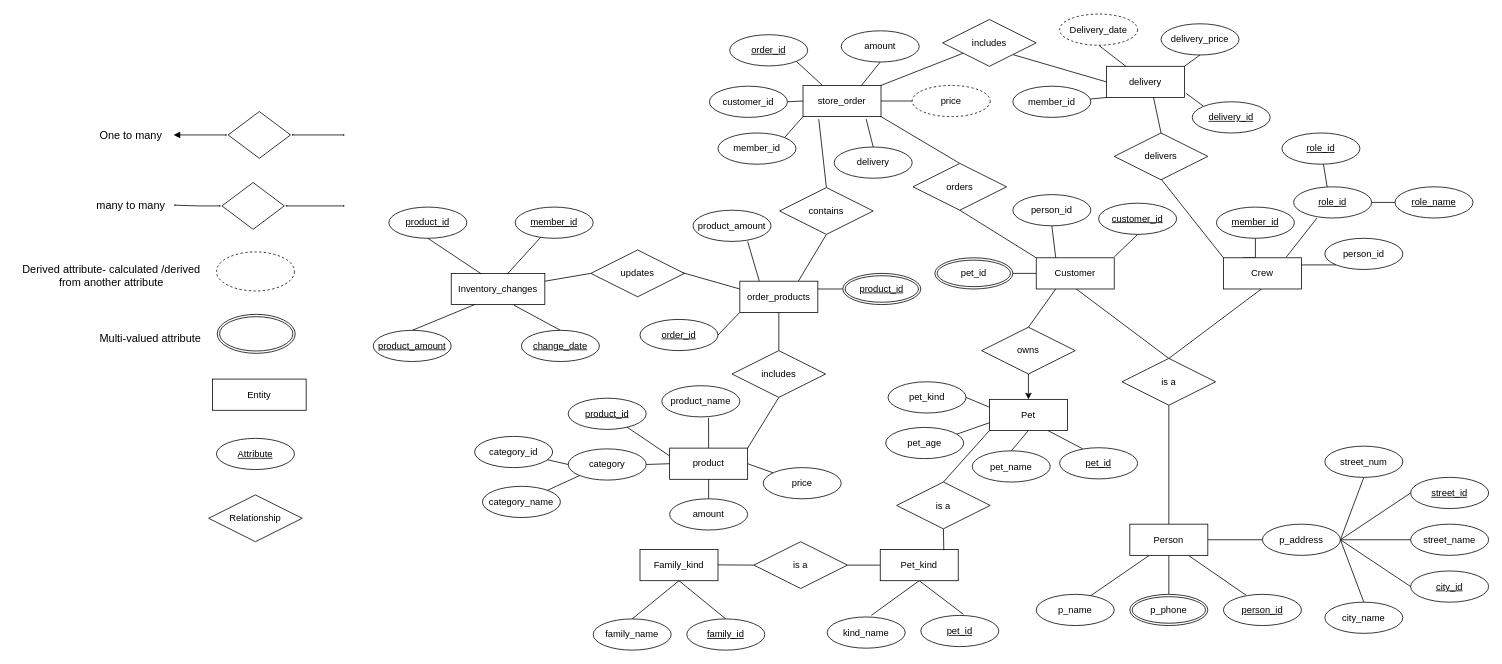
The draw.io diagram page 3 of 4 of pet_store.drawio in avivmoyal1/SQL_Project, before the edit. Source tidied: cells renumbered, new cells numbered last; positions are measured from the earlier drawing's top-left corner, leaving out a move shared by most shapes. Both pictures are drawn from the tidied source at 78%, with x=0, y=0 at pixel (13, 13).
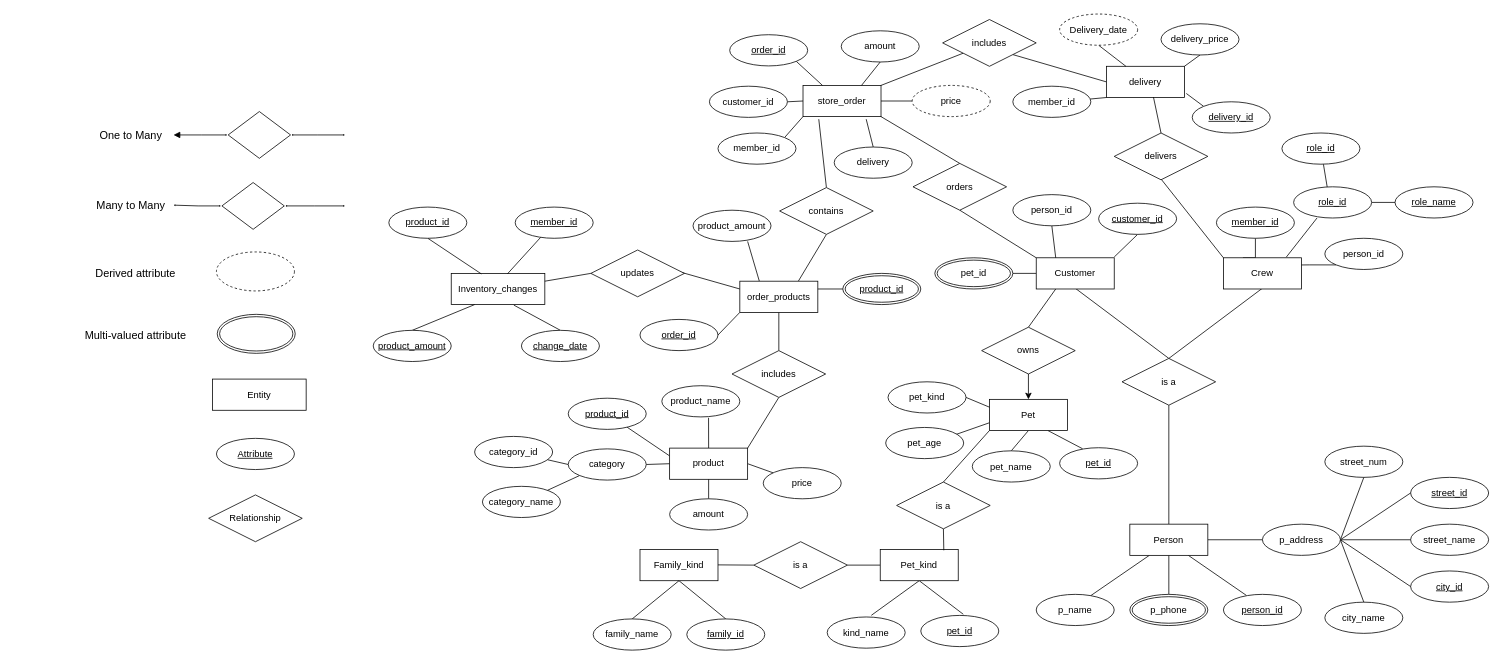
The same page after the edit.

The edit, as a diff of the source:
```diff
@@
-    <mxCell id="145" value="One to many" style="text;html=1;align=center;verticalAlign=middle;strokeColor=none;fillColor=none;fontSize=14;" parent="1" vertex="1">
+    <mxCell id="145" value="One to Many" style="text;html=1;align=center;verticalAlign=middle;strokeColor=none;fillColor=none;fontSize=14;" parent="1" vertex="1">
       <mxGeometry x="100" y="140.5" width="100" height="30" as="geometry" />
     </mxCell>
@@
-    <mxCell id="149" value="many to many" style="text;html=1;align=center;verticalAlign=middle;strokeColor=none;fillColor=none;fontSize=14;" parent="1" vertex="1">
+    <mxCell id="149" value="Many to Many" style="text;html=1;align=center;verticalAlign=middle;strokeColor=none;fillColor=none;fontSize=14;" parent="1" vertex="1">
       <mxGeometry x="95" y="230.5" width="110" height="30" as="geometry" />
     </mxCell>
@@
     <mxCell id="152" value="Multi-valued attribute" style="text;html=1;align=center;verticalAlign=middle;strokeColor=none;fillColor=none;fontSize=14;" parent="1" vertex="1">
-      <mxGeometry x="100" y="400.5" width="150" height="30" as="geometry" />
+      <mxGeometry x="81" y="397" width="150" height="30" as="geometry" />
     </mxCell>
-    <mxCell id="153" value="Derived attribute-&amp;nbsp;calculated /derived &lt;br style=&quot;font-size: 14px;&quot;&gt;from another attribute" style="text;html=1;align=center;verticalAlign=middle;strokeColor=none;fillColor=none;fontSize=14;" parent="1" vertex="1">
-      <mxGeometry y="310.5" width="250" height="50" as="geometry" />
+    <mxCell id="153" value="Derived attribute" style="text;html=1;align=center;verticalAlign=middle;strokeColor=none;fillColor=none;fontSize=14;" parent="1" vertex="1">
+      <mxGeometry x="91" y="318" width="130" height="30" as="geometry" />
     </mxCell>
```
